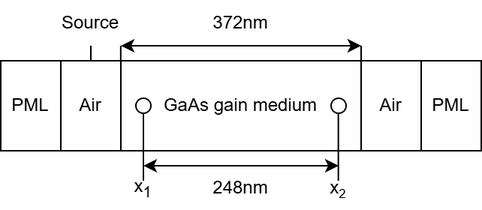
This is gain_diagram.png from automatopaste/CLFDTD, a draw.io export, as it was before one commit. Source tidied: cells renumbered, new cells last; positions are measured from the earlier drawing's top-left corner, leaving out a move shared by most shapes. Source of this version:
```xml
<mxGraphModel>
  <root>
    <mxCell id="0" />
    <mxCell id="1" parent="0" />
    <mxCell id="2" value="GaAs gain medium" style="rounded=0;whiteSpace=wrap;html=1;" parent="1" vertex="1">
      <mxGeometry x="80" y="40" width="160" height="60" as="geometry" />
    </mxCell>
    <mxCell id="3" value="PML" style="rounded=0;whiteSpace=wrap;html=1;" parent="1" vertex="1">
      <mxGeometry y="40" width="40" height="60" as="geometry" />
    </mxCell>
    <mxCell id="4" value="PML" style="rounded=0;whiteSpace=wrap;html=1;" parent="1" vertex="1">
      <mxGeometry x="280" y="40" width="40" height="60" as="geometry" />
    </mxCell>
    <mxCell id="5" value="Air" style="rounded=0;whiteSpace=wrap;html=1;" parent="1" vertex="1">
      <mxGeometry x="40" y="40" width="40" height="60" as="geometry" />
    </mxCell>
    <mxCell id="6" value="Air" style="rounded=0;whiteSpace=wrap;html=1;" parent="1" vertex="1">
      <mxGeometry x="240" y="40" width="40" height="60" as="geometry" />
    </mxCell>
    <mxCell id="7" value="372nm" style="text;html=1;align=center;verticalAlign=middle;whiteSpace=wrap;rounded=0;" parent="1" vertex="1">
      <mxGeometry x="130" width="60" height="30" as="geometry" />
    </mxCell>
    <mxCell id="8" style="endArrow=classic;html=1;rounded=0;startArrow=classic;startFill=1;" parent="1" edge="1">
      <mxGeometry relative="1" as="geometry">
        <mxPoint x="240" y="30" as="sourcePoint" />
        <mxPoint x="80" y="30" as="targetPoint" />
      </mxGeometry>
    </mxCell>
    <mxCell id="9" value="Source" style="text;html=1;align=center;verticalAlign=middle;whiteSpace=wrap;rounded=0;" parent="1" vertex="1">
      <mxGeometry x="30" width="60" height="30" as="geometry" />
    </mxCell>
    <mxCell id="10" style="endArrow=none;html=1;rounded=0;exitX=0.5;exitY=1;exitDx=0;exitDy=0;entryX=0.5;entryY=0;entryDx=0;entryDy=0;" parent="1" edge="1" source="9" target="5">
      <mxGeometry relative="1" as="geometry" />
    </mxCell>
    <mxCell id="11" style="endArrow=none;html=1;rounded=0;exitX=0.5;exitY=1;exitDx=0;exitDy=0;entryX=0.5;entryY=0;entryDx=0;entryDy=0;" parent="1" edge="1">
      <mxGeometry relative="1" as="geometry">
        <mxPoint x="79.9" y="30" as="sourcePoint" />
        <mxPoint x="79.9" y="40" as="targetPoint" />
      </mxGeometry>
    </mxCell>
    <mxCell id="12" style="endArrow=none;html=1;rounded=0;exitX=0.5;exitY=1;exitDx=0;exitDy=0;entryX=0.5;entryY=0;entryDx=0;entryDy=0;" parent="1" edge="1">
      <mxGeometry relative="1" as="geometry">
        <mxPoint x="240" y="30" as="sourcePoint" />
        <mxPoint x="240" y="40" as="targetPoint" />
      </mxGeometry>
    </mxCell>
    <mxCell id="13" style="ellipse;whiteSpace=wrap;html=1;" parent="1" vertex="1">
      <mxGeometry x="90" y="65" width="10" height="10" as="geometry" />
    </mxCell>
    <mxCell id="14" style="ellipse;whiteSpace=wrap;html=1;" parent="1" vertex="1">
      <mxGeometry x="220" y="65" width="10" height="10" as="geometry" />
    </mxCell>
    <mxCell id="15" value="248nm" style="text;html=1;align=center;verticalAlign=middle;whiteSpace=wrap;rounded=0;" parent="1" vertex="1">
      <mxGeometry x="130" y="110" width="60" height="30" as="geometry" />
    </mxCell>
    <mxCell id="16" style="endArrow=none;html=1;rounded=0;exitX=0.5;exitY=1;exitDx=0;exitDy=0;" parent="1" edge="1" source="13">
      <mxGeometry relative="1" as="geometry">
        <mxPoint x="95" y="120" as="targetPoint" />
      </mxGeometry>
    </mxCell>
    <mxCell id="17" style="endArrow=none;html=1;rounded=0;exitX=0.5;exitY=1;exitDx=0;exitDy=0;" parent="1" edge="1">
      <mxGeometry relative="1" as="geometry">
        <mxPoint x="224.8" y="75" as="sourcePoint" />
        <mxPoint x="224.8" y="120" as="targetPoint" />
      </mxGeometry>
    </mxCell>
    <mxCell id="18" value="x&lt;span style=&quot;font-size: 10px;&quot;&gt;&lt;sub&gt;2&lt;/sub&gt;&lt;/span&gt;" style="text;html=1;align=center;verticalAlign=middle;whiteSpace=wrap;rounded=0;" parent="1" vertex="1">
      <mxGeometry x="195" y="110" width="60" height="30" as="geometry" />
    </mxCell>
    <mxCell id="19" value="x&lt;sub&gt;1&lt;/sub&gt;" style="text;html=1;align=center;verticalAlign=middle;whiteSpace=wrap;rounded=0;" parent="1" vertex="1">
      <mxGeometry x="65" y="110" width="60" height="30" as="geometry" />
    </mxCell>
    <mxCell id="20" style="endArrow=classic;html=1;rounded=0;startArrow=classic;startFill=1;exitX=0.5;exitY=0;exitDx=0;exitDy=0;" parent="1" edge="1" source="18">
      <mxGeometry relative="1" as="geometry">
        <mxPoint x="95" y="110" as="targetPoint" />
      </mxGeometry>
    </mxCell>
  </root>
</mxGraphModel>
```
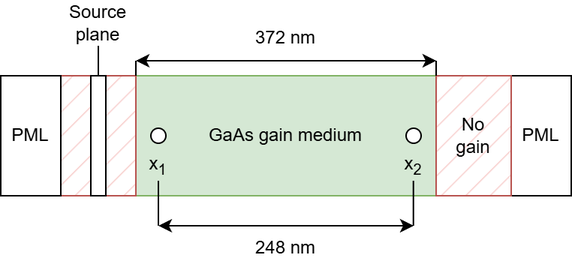
After the commit.

What changed in the source:
```diff
@@ -2,78 +2,86 @@
   <root>
     <mxCell id="0" />
     <mxCell id="1" parent="0" />
+    <mxCell id="21" style="rounded=0;whiteSpace=wrap;html=1;fillStyle=hatch;fillColor=#f8cecc;strokeColor=#b85450;" parent="1" vertex="1">
+      <mxGeometry x="-10" y="10" width="20" height="80" as="geometry" />
+    </mxCell>
-    <mxCell id="2" value="GaAs gain medium" style="rounded=0;whiteSpace=wrap;html=1;" parent="1" vertex="1">
-      <mxGeometry x="80" y="40" width="160" height="60" as="geometry" />
+    <mxCell id="2" value="GaAs gain medium" style="rounded=0;whiteSpace=wrap;html=1;fillColor=#d5e8d4;strokeColor=#82b366;" parent="1" vertex="1">
+      <mxGeometry x="40" y="10" width="200" height="80" as="geometry" />
     </mxCell>
-    <mxCell id="3" value="PML" style="rounded=0;whiteSpace=wrap;html=1;" parent="1" vertex="1">
-      <mxGeometry y="40" width="40" height="60" as="geometry" />
-    </mxCell>
-    <mxCell id="4" value="PML" style="rounded=0;whiteSpace=wrap;html=1;" parent="1" vertex="1">
-      <mxGeometry x="280" y="40" width="40" height="60" as="geometry" />
-    </mxCell>
-    <mxCell id="5" value="Air" style="rounded=0;whiteSpace=wrap;html=1;" parent="1" vertex="1">
-      <mxGeometry x="40" y="40" width="40" height="60" as="geometry" />
-    </mxCell>
-    <mxCell id="6" value="Air" style="rounded=0;whiteSpace=wrap;html=1;" parent="1" vertex="1">
-      <mxGeometry x="240" y="40" width="40" height="60" as="geometry" />
-    </mxCell>
-    <mxCell id="7" value="372nm" style="text;html=1;align=center;verticalAlign=middle;whiteSpace=wrap;rounded=0;" parent="1" vertex="1">
-      <mxGeometry x="130" width="60" height="30" as="geometry" />
-    </mxCell>
-    <mxCell id="8" style="endArrow=classic;html=1;rounded=0;startArrow=classic;startFill=1;" parent="1" edge="1">
-      <mxGeometry relative="1" as="geometry">
-        <mxPoint x="240" y="30" as="sourcePoint" />
-        <mxPoint x="80" y="30" as="targetPoint" />
-      </mxGeometry>
-    </mxCell>
-    <mxCell id="9" value="Source" style="text;html=1;align=center;verticalAlign=middle;whiteSpace=wrap;rounded=0;" parent="1" vertex="1">
-      <mxGeometry x="30" width="60" height="30" as="geometry" />
-    </mxCell>
-    <mxCell id="10" style="endArrow=none;html=1;rounded=0;exitX=0.5;exitY=1;exitDx=0;exitDy=0;entryX=0.5;entryY=0;entryDx=0;entryDy=0;" parent="1" edge="1" source="9" target="5">
-      <mxGeometry relative="1" as="geometry" />
-    </mxCell>
-    <mxCell id="11" style="endArrow=none;html=1;rounded=0;exitX=0.5;exitY=1;exitDx=0;exitDy=0;entryX=0.5;entryY=0;entryDx=0;entryDy=0;" parent="1" edge="1">
-      <mxGeometry relative="1" as="geometry">
-        <mxPoint x="79.9" y="30" as="sourcePoint" />
-        <mxPoint x="79.9" y="40" as="targetPoint" />
-      </mxGeometry>
-    </mxCell>
-    <mxCell id="12" style="endArrow=none;html=1;rounded=0;exitX=0.5;exitY=1;exitDx=0;exitDy=0;entryX=0.5;entryY=0;entryDx=0;entryDy=0;" parent="1" edge="1">
-      <mxGeometry relative="1" as="geometry">
-        <mxPoint x="240" y="30" as="sourcePoint" />
-        <mxPoint x="240" y="40" as="targetPoint" />
-      </mxGeometry>
-    </mxCell>
-    <mxCell id="13" style="ellipse;whiteSpace=wrap;html=1;" parent="1" vertex="1">
-      <mxGeometry x="90" y="65" width="10" height="10" as="geometry" />
-    </mxCell>
-    <mxCell id="14" style="ellipse;whiteSpace=wrap;html=1;" parent="1" vertex="1">
-      <mxGeometry x="220" y="65" width="10" height="10" as="geometry" />
-    </mxCell>
-    <mxCell id="15" value="248nm" style="text;html=1;align=center;verticalAlign=middle;whiteSpace=wrap;rounded=0;" parent="1" vertex="1">
-      <mxGeometry x="130" y="110" width="60" height="30" as="geometry" />
-    </mxCell>
-    <mxCell id="16" style="endArrow=none;html=1;rounded=0;exitX=0.5;exitY=1;exitDx=0;exitDy=0;" parent="1" edge="1" source="13">
-      <mxGeometry relative="1" as="geometry">
-        <mxPoint x="95" y="120" as="targetPoint" />
-      </mxGeometry>
-    </mxCell>
-    <mxCell id="17" style="endArrow=none;html=1;rounded=0;exitX=0.5;exitY=1;exitDx=0;exitDy=0;" parent="1" edge="1">
-      <mxGeometry relative="1" as="geometry">
-        <mxPoint x="224.8" y="75" as="sourcePoint" />
-        <mxPoint x="224.8" y="120" as="targetPoint" />
-      </mxGeometry>
-    </mxCell>
+    <mxCell id="22" style="rounded=0;whiteSpace=wrap;html=1;fillStyle=hatch;fillColor=#f8cecc;strokeColor=#b85450;" parent="1" vertex="1">
+      <mxGeometry x="20" y="10" width="20" height="80" as="geometry" />
+    </mxCell>
+    <mxCell id="23" value="PML" style="rounded=0;whiteSpace=wrap;html=1;" parent="1" vertex="1">
+      <mxGeometry x="-50" y="10" width="40" height="80" as="geometry" />
+    </mxCell>
+    <mxCell id="24" value="PML" style="rounded=0;whiteSpace=wrap;html=1;" parent="1" vertex="1">
+      <mxGeometry x="290" y="10" width="40" height="80" as="geometry" />
+    </mxCell>
+    <mxCell id="25" value="No&lt;div&gt;gain&lt;/div&gt;" style="rounded=0;whiteSpace=wrap;html=1;fillColor=#f8cecc;strokeColor=#b85450;fillStyle=hatch;" parent="1" vertex="1">
+      <mxGeometry x="240" y="10" width="50" height="80" as="geometry" />
+    </mxCell>
+    <mxCell id="26" style="ellipse;whiteSpace=wrap;html=1;" parent="1" vertex="1">
+      <mxGeometry x="50" y="45" width="10" height="10" as="geometry" />
+    </mxCell>
+    <mxCell id="27" style="ellipse;whiteSpace=wrap;html=1;" parent="1" vertex="1">
+      <mxGeometry x="220" y="45" width="10" height="10" as="geometry" />
+    </mxCell>
+    <mxCell id="19" value="x&lt;sub&gt;1&lt;/sub&gt;" style="text;html=1;align=center;verticalAlign=middle;whiteSpace=wrap;rounded=0;" parent="1" vertex="1">
+      <mxGeometry x="25" y="55" width="60" height="30" as="geometry" />
+    </mxCell>
-    <mxCell id="18" value="x&lt;span style=&quot;font-size: 10px;&quot;&gt;&lt;sub&gt;2&lt;/sub&gt;&lt;/span&gt;" style="text;html=1;align=center;verticalAlign=middle;whiteSpace=wrap;rounded=0;" parent="1" vertex="1">
-      <mxGeometry x="195" y="110" width="60" height="30" as="geometry" />
+    <mxCell id="18" value="x&lt;sub&gt;2&lt;/sub&gt;" style="text;html=1;align=center;verticalAlign=middle;whiteSpace=wrap;rounded=0;" parent="1" vertex="1">
+      <mxGeometry x="195" y="55" width="60" height="30" as="geometry" />
     </mxCell>
-    <mxCell id="19" value="x&lt;sub&gt;1&lt;/sub&gt;" style="text;html=1;align=center;verticalAlign=middle;whiteSpace=wrap;rounded=0;" parent="1" vertex="1">
-      <mxGeometry x="65" y="110" width="60" height="30" as="geometry" />
-    </mxCell>
-    <mxCell id="20" style="endArrow=classic;html=1;rounded=0;startArrow=classic;startFill=1;exitX=0.5;exitY=0;exitDx=0;exitDy=0;" parent="1" edge="1" source="18">
-      <mxGeometry relative="1" as="geometry">
-        <mxPoint x="95" y="110" as="targetPoint" />
-      </mxGeometry>
-    </mxCell>
+    <mxCell id="28" style="endArrow=classic;startArrow=classic;html=1;rounded=0;" parent="1" edge="1">
+      <mxGeometry relative="1" as="geometry">
+        <mxPoint x="40" as="sourcePoint" />
+        <mxPoint x="240" as="targetPoint" />
+      </mxGeometry>
+    </mxCell>
+    <mxCell id="29" style="endArrow=none;html=1;rounded=0;" parent="1" edge="1">
+      <mxGeometry relative="1" as="geometry">
+        <mxPoint x="40" y="10" as="sourcePoint" />
+        <mxPoint x="40" as="targetPoint" />
+      </mxGeometry>
+    </mxCell>
+    <mxCell id="30" style="endArrow=none;html=1;rounded=0;" parent="1" edge="1">
+      <mxGeometry relative="1" as="geometry">
+        <mxPoint x="240" y="10" as="sourcePoint" />
+        <mxPoint x="240" as="targetPoint" />
+      </mxGeometry>
+    </mxCell>
+    <mxCell id="31" style="rounded=0;whiteSpace=wrap;html=1;" parent="1" vertex="1">
+      <mxGeometry x="10" y="10" width="10" height="80" as="geometry" />
+    </mxCell>
+    <mxCell id="32" value="Source&lt;div&gt;plane&lt;/div&gt;" style="text;html=1;align=center;verticalAlign=middle;whiteSpace=wrap;rounded=0;" parent="1" vertex="1">
+      <mxGeometry x="-15" y="-40" width="60" height="30" as="geometry" />
+    </mxCell>
+    <mxCell id="33" style="endArrow=none;html=1;rounded=0;entryX=0.5;entryY=1;entryDx=0;entryDy=0;exitX=0.5;exitY=0;exitDx=0;exitDy=0;" parent="1" edge="1" source="31" target="32">
+      <mxGeometry relative="1" as="geometry" />
+    </mxCell>
+    <mxCell id="34" style="endArrow=none;html=1;rounded=0;" parent="1" edge="1">
+      <mxGeometry relative="1" as="geometry">
+        <mxPoint x="55" y="110" as="sourcePoint" />
+        <mxPoint x="55" y="80" as="targetPoint" />
+      </mxGeometry>
+    </mxCell>
+    <mxCell id="35" style="endArrow=none;html=1;rounded=0;" parent="1" edge="1">
+      <mxGeometry relative="1" as="geometry">
+        <mxPoint x="224.9" y="110" as="sourcePoint" />
+        <mxPoint x="224.9" y="80" as="targetPoint" />
+      </mxGeometry>
+    </mxCell>
+    <mxCell id="36" style="endArrow=classic;startArrow=classic;html=1;rounded=0;" parent="1" edge="1">
+      <mxGeometry relative="1" as="geometry">
+        <mxPoint x="55" y="110" as="sourcePoint" />
+        <mxPoint x="225" y="110" as="targetPoint" />
+      </mxGeometry>
+    </mxCell>
+    <mxCell id="37" value="372 nm" style="text;html=1;align=center;verticalAlign=middle;whiteSpace=wrap;rounded=0;" parent="1" vertex="1">
+      <mxGeometry x="110" y="-30" width="60" height="30" as="geometry" />
+    </mxCell>
+    <mxCell id="38" value="248 nm" style="text;html=1;align=center;verticalAlign=middle;whiteSpace=wrap;rounded=0;" parent="1" vertex="1">
+      <mxGeometry x="110" y="110" width="60" height="30" as="geometry" />
+    </mxCell>
   </root>
 </mxGraphModel>
```
